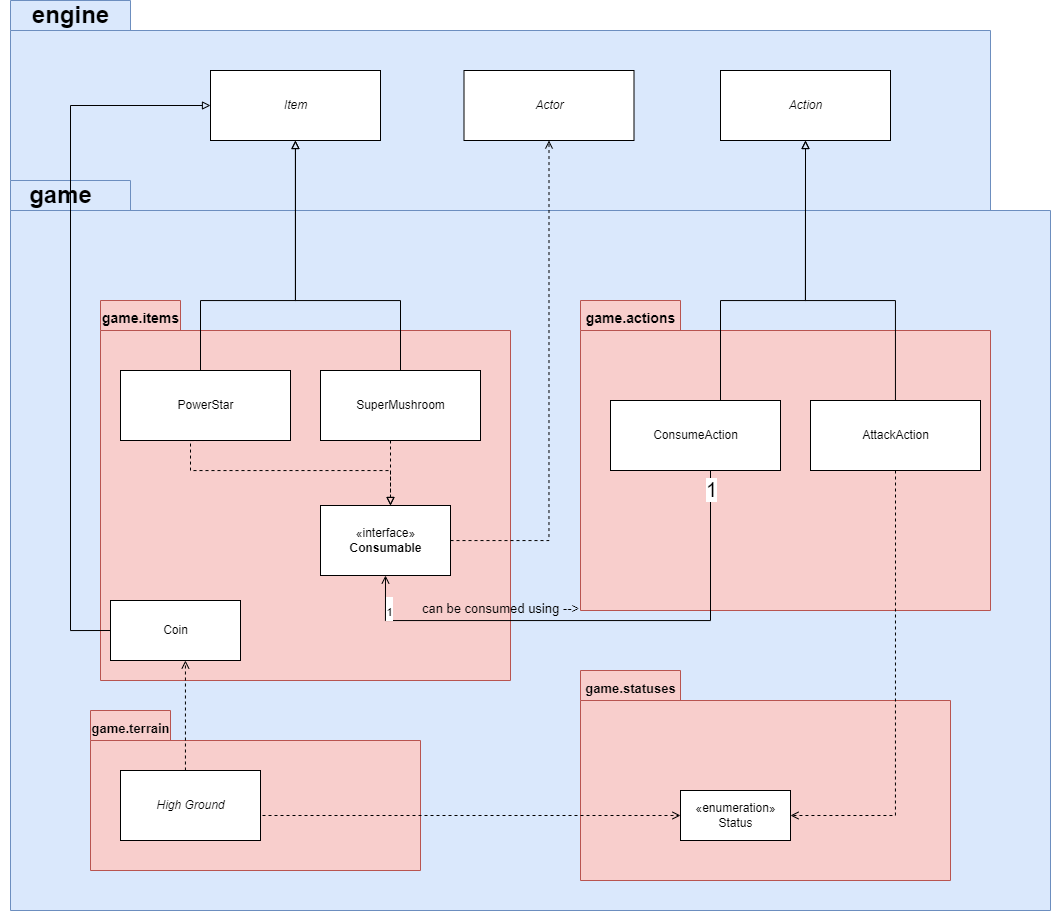
The draw.io diagram docs/REQ4 UML Diagram by Andy.png in IvanChann/Mario...., before a commit. Source tidied: cells renumbered, new cells last; positions are measured from the earlier drawing's top-left corner, leaving out a move shared by most shapes.
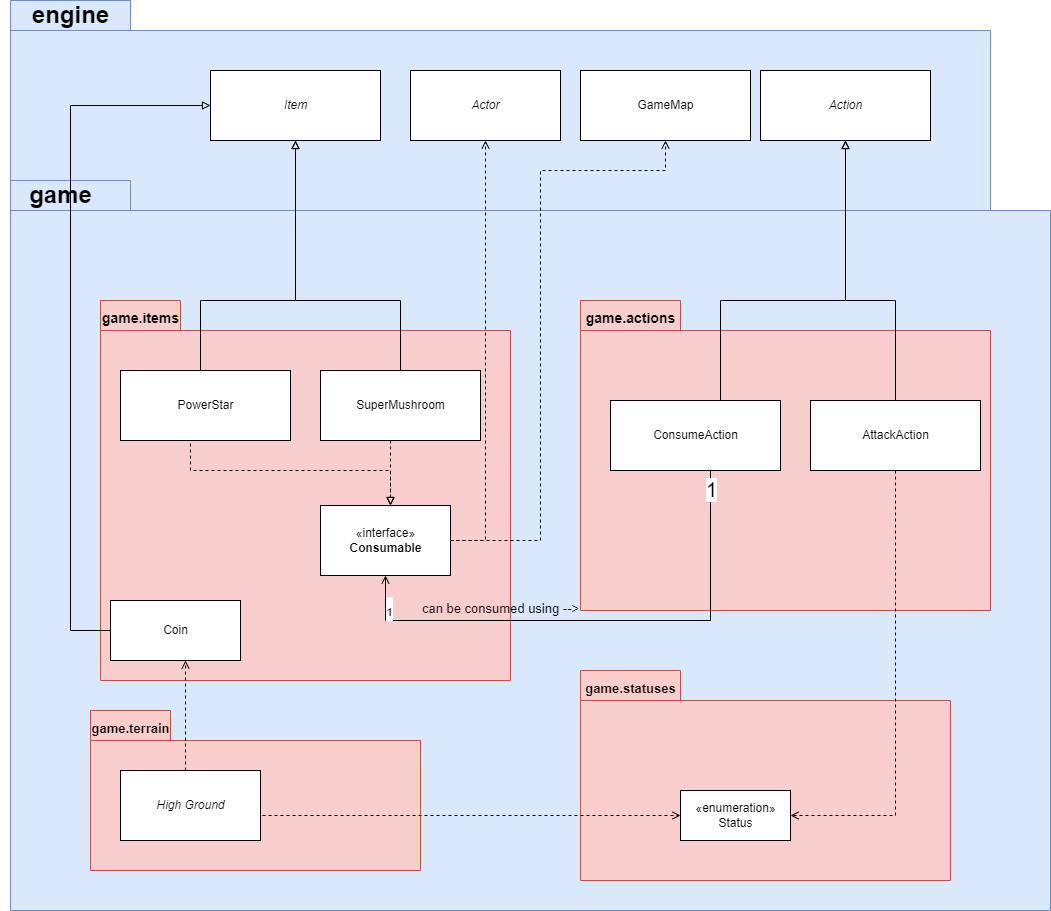
After the change.

Commit message:
Modified REQ4 UML Diagram to account for consumedBy method change

Diff of the diagram source:
```diff
@@ -63,11 +63,24 @@
       <mxGeometry x="320" y="370" width="160" height="70" as="geometry" />
     </mxCell>
     <mxCell id="15" style="edgeStyle=orthogonalEdgeStyle;rounded=0;jettySize=auto;html=1;entryX=0.5;entryY=1;entryDx=0;entryDy=0;endArrow=open;endFill=0;dashed=1;" parent="1" edge="1" source="17" target="25">
-      <mxGeometry relative="1" as="geometry" />
+      <mxGeometry relative="1" as="geometry">
+        <Array as="points">
+          <mxPoint x="485" y="540" />
+        </Array>
+      </mxGeometry>
     </mxCell>
     <mxCell id="16" style="shape=folder;fontStyle=1;spacingTop=10;tabWidth=100;tabHeight=30;tabPosition=left;html=1;fillColor=#f8cecc;strokeColor=#b85450;" parent="1" vertex="1">
       <mxGeometry x="580" y="300" width="410" height="310" as="geometry" />
     </mxCell>
+    <mxCell id="40" style="edgeStyle=orthogonalEdgeStyle;rounded=0;jettySize=auto;html=1;dashed=1;endArrow=open;endFill=0;" parent="1" edge="1" source="17" target="41">
+      <mxGeometry relative="1" as="geometry">
+        <Array as="points">
+          <mxPoint x="540" y="540" />
+          <mxPoint x="540" y="170" />
+          <mxPoint x="665" y="170" />
+        </Array>
+      </mxGeometry>
+    </mxCell>
     <mxCell id="17" value="«interface»&lt;br&gt;&lt;b&gt;Consumable&lt;/b&gt;" style="html=1;" parent="1" vertex="1">
       <mxGeometry x="320" y="505" width="130" height="70" as="geometry" />
     </mxCell>
@@ -78,7 +91,7 @@
       <mxGeometry relative="1" as="geometry">
         <Array as="points">
           <mxPoint x="720" y="300" />
-          <mxPoint x="805" y="300" />
+          <mxPoint x="845" y="300" />
         </Array>
       </mxGeometry>
     </mxCell>
@@ -100,10 +113,10 @@
       <mxGeometry x="610" y="400" width="170" height="70" as="geometry" />
     </mxCell>
     <mxCell id="24" value="&lt;i&gt;Action&lt;/i&gt;" style="html=1;" parent="1" vertex="1">
-      <mxGeometry x="720" y="70" width="170" height="70" as="geometry" />
+      <mxGeometry x="760" y="70" width="170" height="70" as="geometry" />
     </mxCell>
     <mxCell id="25" value="&lt;i&gt;Actor&lt;/i&gt;" style="html=1;" parent="1" vertex="1">
-      <mxGeometry x="463.5" y="70" width="170" height="70" as="geometry" />
+      <mxGeometry x="410" y="70" width="150" height="70" as="geometry" />
     </mxCell>
     <mxCell id="26" style="edgeStyle=orthogonalEdgeStyle;rounded=0;jettySize=auto;html=1;endArrow=block;endFill=0;exitX=0;exitY=0.5;exitDx=0;exitDy=0;" parent="1" edge="1" source="27" target="11">
       <mxGeometry relative="1" as="geometry">
@@ -156,7 +169,7 @@
       <mxGeometry relative="1" as="geometry">
         <Array as="points">
           <mxPoint x="895" y="300" />
-          <mxPoint x="805" y="300" />
+          <mxPoint x="845" y="300" />
         </Array>
       </mxGeometry>
     </mxCell>
@@ -166,5 +179,8 @@
     <mxCell id="39" value="&lt;span style=&quot;font-weight: normal&quot;&gt;&lt;font style=&quot;font-size: 13px&quot;&gt;can be consumed using --&amp;gt;&lt;/font&gt;&lt;/span&gt;" style="text;strokeColor=none;fillColor=none;html=1;fontSize=24;fontStyle=1;verticalAlign=middle;align=center;rotation=0;strokeWidth=3;" parent="1" vertex="1">
       <mxGeometry x="420" y="590" width="160" height="30" as="geometry" />
     </mxCell>
+    <mxCell id="41" value="GameMap" style="html=1;" parent="1" vertex="1">
+      <mxGeometry x="580" y="70" width="170" height="70" as="geometry" />
+    </mxCell>
   </root>
 </mxGraphModel>
```
